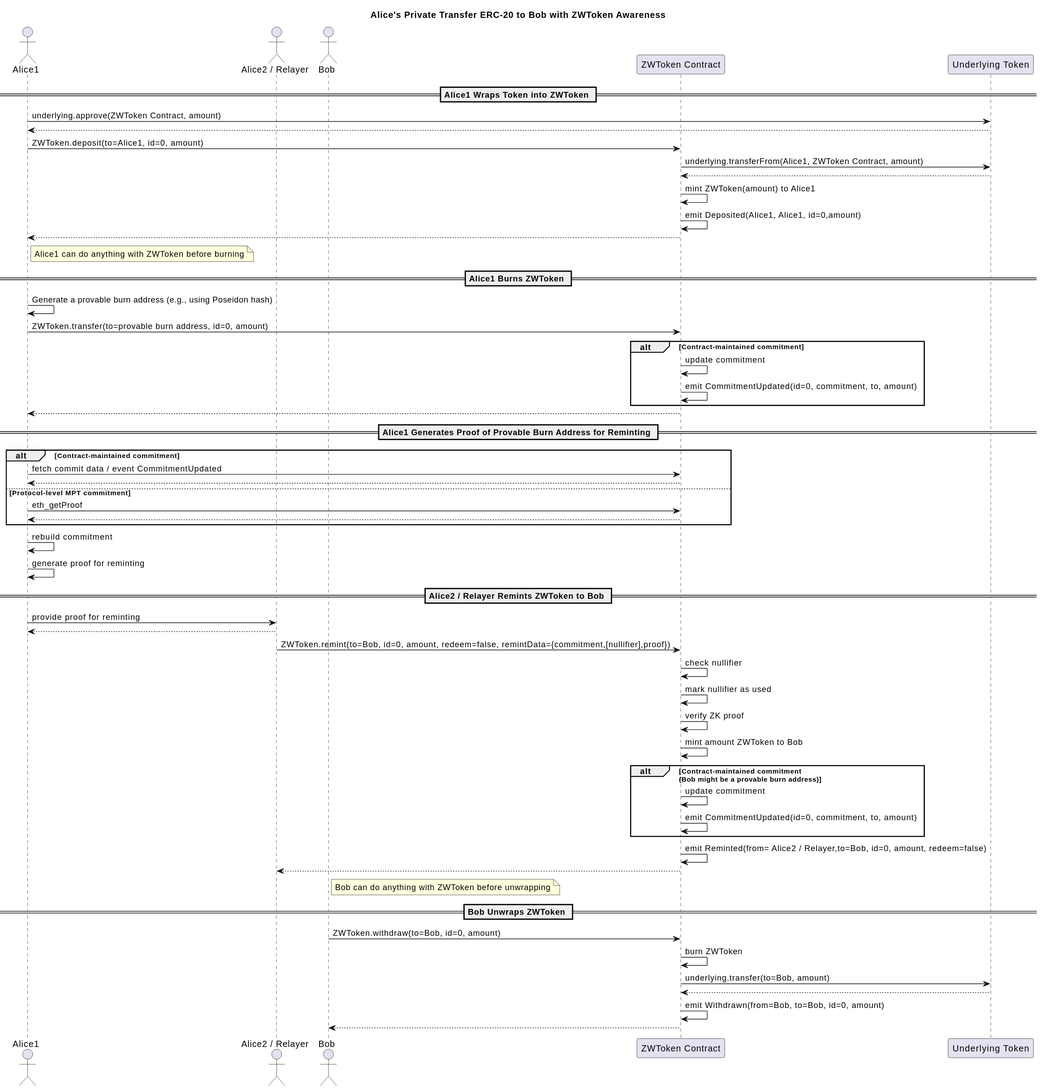
This is assets/erc-8065/flow1.svg from ethereum/ERCs, a PlantUML export, as it was before one commit. Its diagram source:
```plantuml
@startuml
title Alice's Private Transfer ERC-20 to Bob with ZWToken Awareness

actor Alice1
actor "Alice2 / Relayer" as Alice2
actor Bob
participant "ZWToken Contract" as ZW
participant "Underlying Token" as U

== Alice1 Wraps Token into ZWToken ==
Alice1 -> U : underlying.approve(ZWToken Contract, amount)
Alice1 <-- U
Alice1 -> ZW : ZWToken.deposit(to=Alice1, id=0, amount)
ZW -> U : underlying.transferFrom(Alice1, ZWToken Contract, amount)
ZW <-- U
ZW -> ZW : mint ZWToken(amount) to Alice1
ZW -> ZW : emit Deposited(Alice1, Alice1, id=0,amount)
Alice1 <-- ZW

note right of Alice1 : Alice1 can do anything with ZWToken before burning

== Alice1 Burns ZWToken ==
Alice1 -> Alice1 : Generate a provable burn address (e.g., using Poseidon hash)
Alice1 -> ZW : ZWToken.transfer(to=provable burn address, id=0, amount)
alt Contract-maintained commitment
    ZW -> ZW : update commitment
    ZW -> ZW : emit CommitmentUpdated(id=0, commitment, to, amount)
end
Alice1 <-- ZW

== Alice1 Generates Proof of Provable Burn Address for Reminting ==
alt Contract-maintained commitment
    Alice1 -> ZW : fetch commit data / event CommitmentUpdated
    Alice1 <-- ZW
else Protocol-level MPT commitment
    Alice1 -> ZW : eth_getProof
    Alice1 <-- ZW
end
Alice1 -> Alice1 : rebuild commitment
Alice1 -> Alice1 : generate proof for reminting

== Alice2 / Relayer Remints ZWToken to Bob ==
Alice1 -> Alice2 : provide proof for reminting
Alice1 <-- Alice2
Alice2 -> ZW : ZWToken.remint(to=Bob, id=0, amount, redeem=false, remintData={commitment,[nullifier],proof})
ZW -> ZW : check nullifier
ZW -> ZW : mark nullifier as used
ZW -> ZW : verify ZK proof
ZW -> ZW : mint amount ZWToken to Bob
alt Contract-maintained commitment\n(Bob might be a provable burn address)
    ZW -> ZW : update commitment
    ZW -> ZW : emit CommitmentUpdated(id=0, commitment, to, amount)
end
ZW -> ZW : emit Reminted(from= Alice2 / Relayer,to=Bob, id=0, amount, redeem=false)
Alice2 <-- ZW

note right of Bob: Bob can do anything with ZWToken before unwrapping

== Bob Unwraps ZWToken ==
Bob -> ZW : ZWToken.withdraw(to=Bob, id=0, amount)
ZW -> ZW : burn ZWToken
ZW -> U : underlying.transfer(to=Bob, amount)
ZW <-- U
ZW -> ZW : emit Withdrawn(from=Bob, to=Bob, id=0, amount)
Bob <-- ZW
@enduml
```
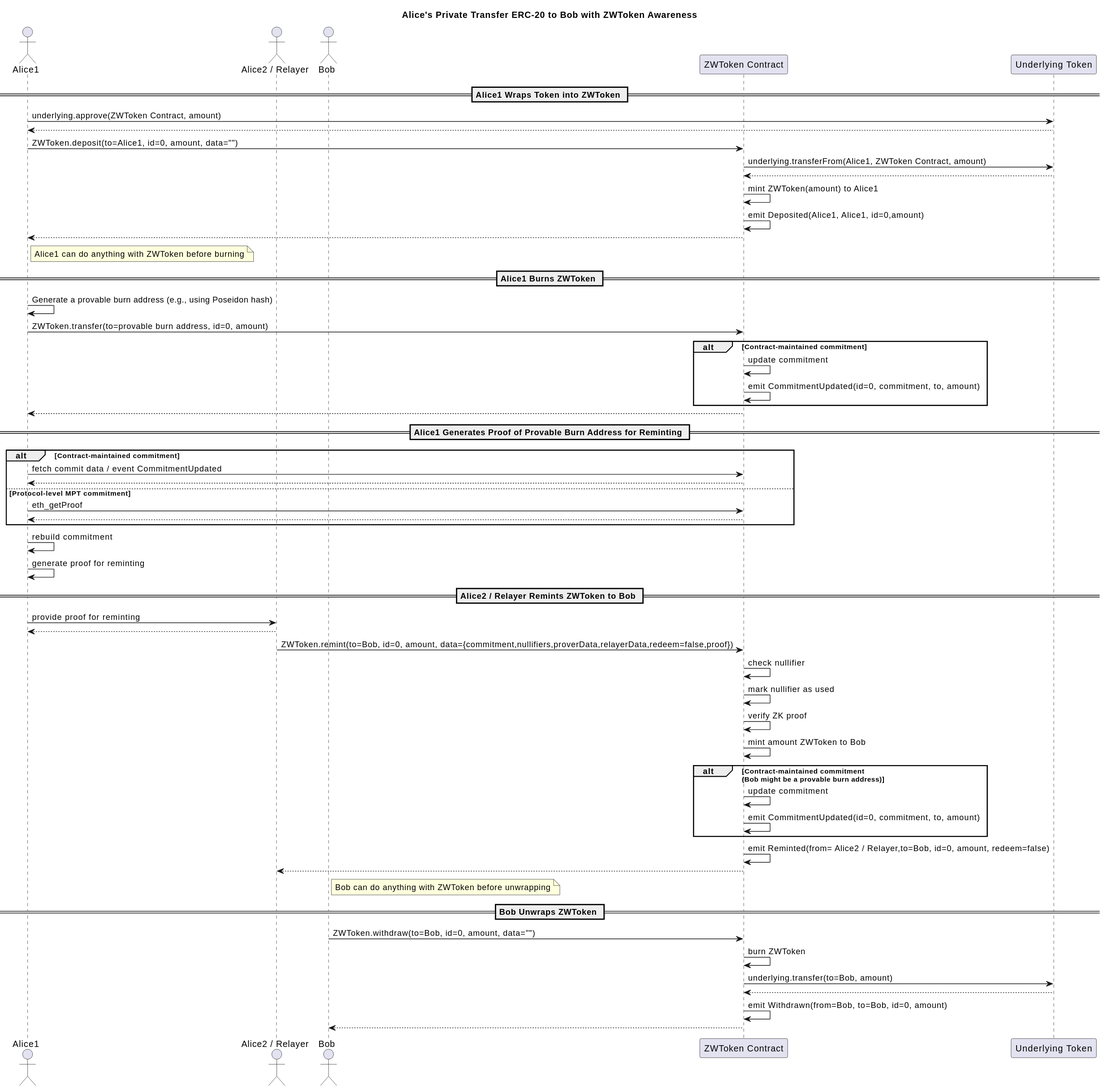
The same diagram one commit later.

Commit message:
Update ERC-8065: update sequence flowchart

What changed in the source:
```diff
@@ -10,7 +10,7 @@
 == Alice1 Wraps Token into ZWToken ==
 Alice1 -> U : underlying.approve(ZWToken Contract, amount)
 Alice1 <-- U
-Alice1 -> ZW : ZWToken.deposit(to=Alice1, id=0, amount)
+Alice1 -> ZW : ZWToken.deposit(to=Alice1, id=0, amount, data="")
 ZW -> U : underlying.transferFrom(Alice1, ZWToken Contract, amount)
 ZW <-- U
 ZW -> ZW : mint ZWToken(amount) to Alice1
@@ -42,7 +42,7 @@
 == Alice2 / Relayer Remints ZWToken to Bob ==
 Alice1 -> Alice2 : provide proof for reminting
 Alice1 <-- Alice2
-Alice2 -> ZW : ZWToken.remint(to=Bob, id=0, amount, redeem=false, remintData={commitment,[nullifier],proof})
+Alice2 -> ZW : ZWToken.remint(to=Bob, id=0, amount, data={commitment,nullifiers,proverData,relayerData,redeem=false,proof})
 ZW -> ZW : check nullifier
 ZW -> ZW : mark nullifier as used
 ZW -> ZW : verify ZK proof
@@ -57,7 +57,7 @@
 note right of Bob: Bob can do anything with ZWToken before unwrapping
 
 == Bob Unwraps ZWToken ==
-Bob -> ZW : ZWToken.withdraw(to=Bob, id=0, amount)
+Bob -> ZW : ZWToken.withdraw(to=Bob, id=0, amount, data="")
 ZW -> ZW : burn ZWToken
 ZW -> U : underlying.transfer(to=Bob, amount)
 ZW <-- U
```
